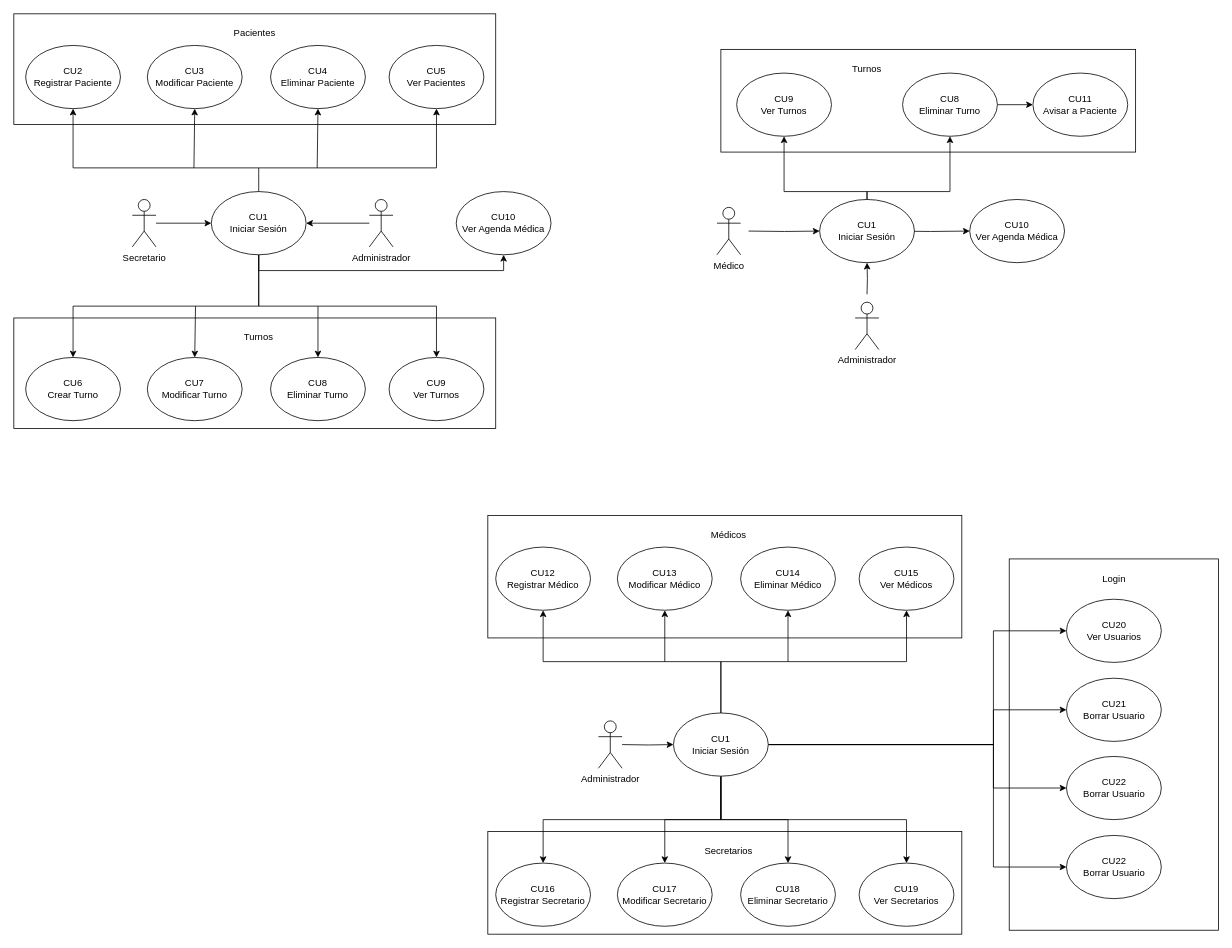
The draw.io diagram Documentos/Diagrama Casos de Usos.drawio in JBBallini/Policonsultorio-Medico, before the edit. Source tidied: cells renumbered, new cells numbered last; positions are measured from the earlier drawing's top-left corner, leaving out a move shared by most shapes. Both pictures are drawn from the tidied source at 79%, with x=0, y=0 at pixel (13, 13).
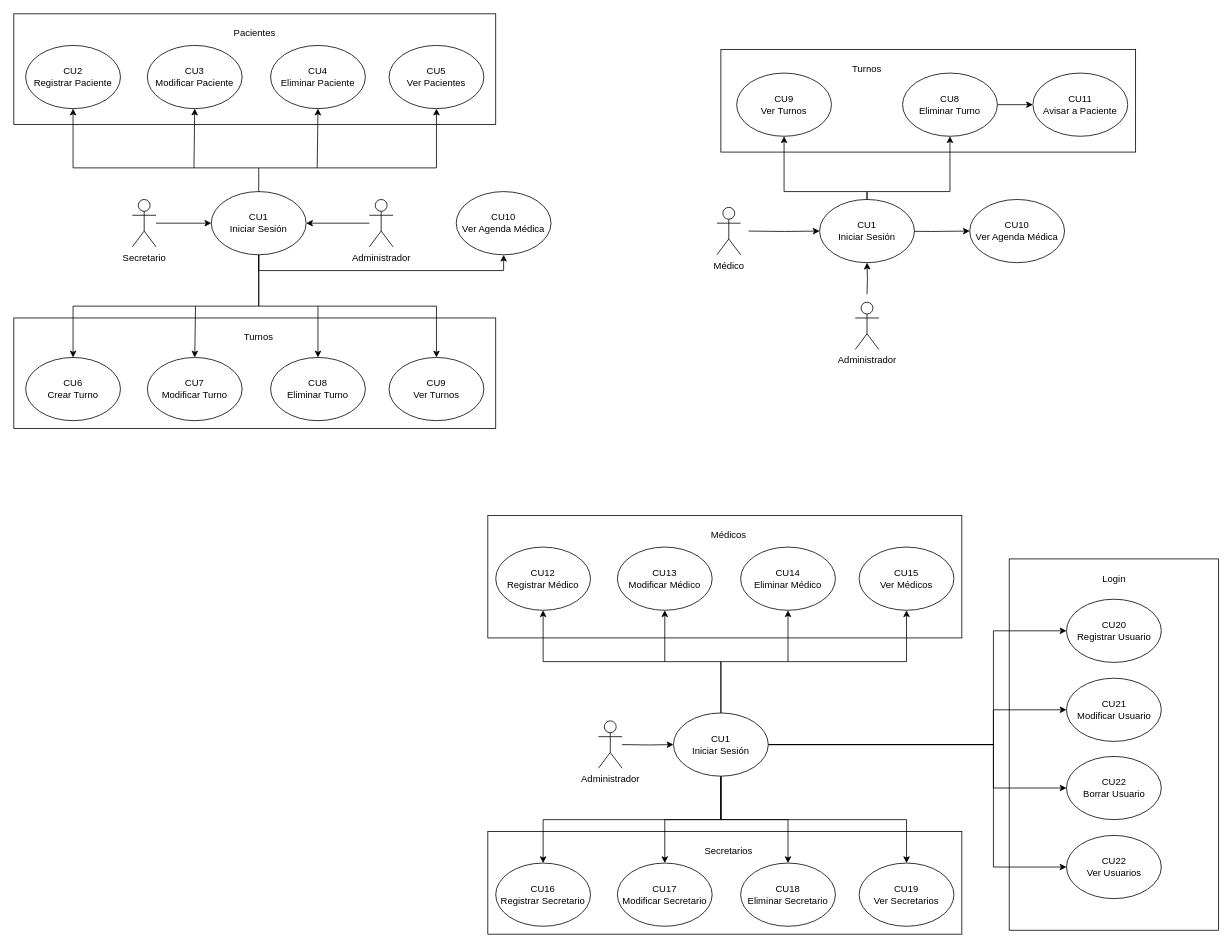
Above is the later version.

Commit message:
Corrección diagrama

Diff of the diagram source:
```diff
@@
-    <mxCell id="97" value="CU20&lt;br&gt;Ver Usuarios" style="text;html=1;align=center;verticalAlign=middle;whiteSpace=wrap;rounded=0;" parent="1" vertex="1">
+    <mxCell id="97" value="CU20&lt;br&gt;Registrar Usuario" style="text;html=1;align=center;verticalAlign=middle;whiteSpace=wrap;rounded=0;" parent="1" vertex="1">
       <mxGeometry x="1337.5" y="766" width="110" height="30" as="geometry" />
     </mxCell>
@@
-    <mxCell id="100" value="CU21&lt;br&gt;Borrar Usuario" style="text;html=1;align=center;verticalAlign=middle;whiteSpace=wrap;rounded=0;" parent="1" vertex="1">
+    <mxCell id="100" value="CU21&lt;br&gt;Modificar Usuario" style="text;html=1;align=center;verticalAlign=middle;whiteSpace=wrap;rounded=0;" parent="1" vertex="1">
       <mxGeometry x="1337.5" y="866" width="110" height="30" as="geometry" />
     </mxCell>
@@
-    <mxCell id="104" value="CU22&lt;br&gt;Borrar Usuario" style="text;html=1;align=center;verticalAlign=middle;whiteSpace=wrap;rounded=0;" parent="1" vertex="1">
+    <mxCell id="104" value="CU22&lt;br&gt;Ver Usuarios" style="text;html=1;align=center;verticalAlign=middle;whiteSpace=wrap;rounded=0;" parent="1" vertex="1">
       <mxGeometry x="1337.5" y="1065" width="110" height="30" as="geometry" />
     </mxCell>
```
